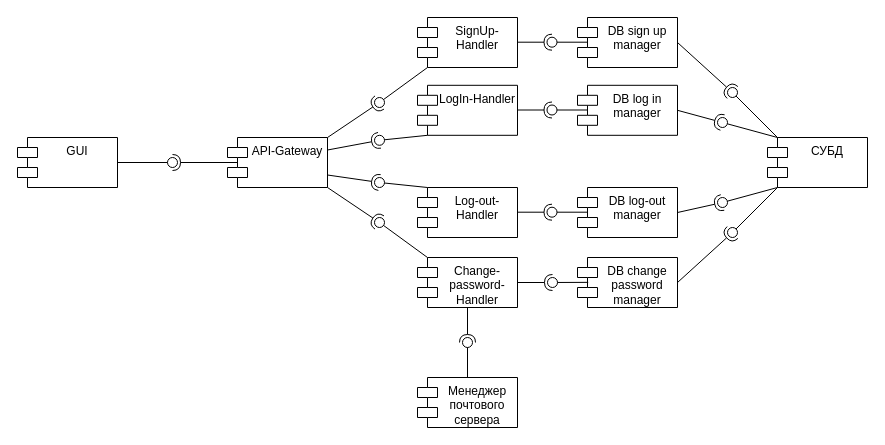
This is raw_diagrams/components_diagram.drawio from AS2/internet_technologies, a draw.io file, before an edit. Source tidied: cells renumbered, new cells numbered last; positions are measured from the earlier drawing's top-left corner, leaving out a move shared by most shapes. Both pictures are drawn from the tidied source at 100%, with x=0, y=0 at pixel (17, 17).
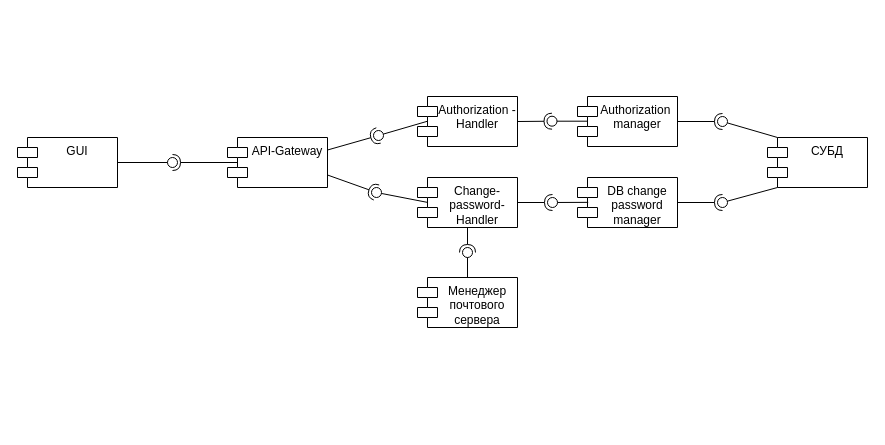
Above is the later version.

Commit message (it also covers changes not shown here):
Fixed components and flow diagrams

Unchanged cells that the change refers to:
```xml
<mxCell id="6" value="API-Gateway" style="shape=module;align=left;spacingLeft=20;align=center;verticalAlign=top;whiteSpace=wrap;html=1;" parent="1" vertex="1">
  <mxGeometry x="210" y="120" width="100" height="50" as="geometry" />
</mxCell>
<mxCell id="28" value="СУБД" style="shape=module;align=left;spacingLeft=20;align=center;verticalAlign=top;whiteSpace=wrap;html=1;" parent="1" vertex="1">
  <mxGeometry x="750" y="120" width="100" height="50" as="geometry" />
</mxCell>
```

What changed in the source:
```diff
@@
-    <mxCell id="7" value="SignUp-Handler" style="shape=module;align=left;spacingLeft=20;align=center;verticalAlign=top;whiteSpace=wrap;html=1;" parent="1" vertex="1">
-      <mxGeometry x="400" width="100" height="50" as="geometry" />
-    </mxCell>
-    <mxCell id="8" value="LogIn-Handler" style="shape=module;align=left;spacingLeft=20;align=center;verticalAlign=top;whiteSpace=wrap;html=1;" parent="1" vertex="1">
-      <mxGeometry x="400" y="67.8" width="100" height="50" as="geometry" />
-    </mxCell>
-    <mxCell id="9" value="Log-out-Handler" style="shape=module;align=left;spacingLeft=20;align=center;verticalAlign=top;whiteSpace=wrap;html=1;" parent="1" vertex="1">
-      <mxGeometry x="400" y="170" width="100" height="50" as="geometry" />
+    <mxCell id="9" value="Authorization -Handler" style="shape=module;align=left;spacingLeft=20;align=center;verticalAlign=top;whiteSpace=wrap;html=1;" parent="1" vertex="1">
+      <mxGeometry x="400" y="79" width="100" height="50" as="geometry" />
     </mxCell>
     <mxCell id="10" value="Change-password-Handler" style="shape=module;align=left;spacingLeft=20;align=center;verticalAlign=top;whiteSpace=wrap;html=1;" parent="1" vertex="1">
-      <mxGeometry x="400" y="240" width="100" height="50" as="geometry" />
+      <mxGeometry x="400" y="160" width="100" height="50" as="geometry" />
     </mxCell>
-    <mxCell id="11" style="rounded=0;jettySize=auto;html=1;endArrow=halfCircle;endFill=0;endSize=6;strokeWidth=1;sketch=0;exitX=1;exitY=0;exitDx=0;exitDy=0;" parent="1" edge="1" source="6" target="13">
-      <mxGeometry relative="1" as="geometry" />
-    </mxCell>
-    <mxCell id="12" style="rounded=0;jettySize=auto;html=1;endArrow=oval;endFill=0;sketch=0;sourcePerimeterSpacing=0;targetPerimeterSpacing=0;endSize=10;exitX=0;exitY=1;exitDx=10;exitDy=0;exitPerimeter=0;" parent="1" edge="1" source="7" target="13">
-      <mxGeometry relative="1" as="geometry" />
-    </mxCell>
-    <mxCell id="13" style="ellipse;whiteSpace=wrap;html=1;align=center;fillColor=none;strokeColor=none;perimeter=centerPerimeter;points=[];outlineConnect=1;" parent="1" vertex="1">
-      <mxGeometry x="357" y="80" width="10" height="10" as="geometry" />
-    </mxCell>
-    <mxCell id="14" style="rounded=0;jettySize=auto;html=1;endArrow=halfCircle;endFill=0;endSize=6;strokeWidth=1;sketch=0;exitX=1;exitY=0.25;exitDx=0;exitDy=0;" parent="1" edge="1" source="6" target="16">
-      <mxGeometry relative="1" as="geometry" />
-    </mxCell>
-    <mxCell id="15" style="rounded=0;jettySize=auto;html=1;endArrow=oval;endFill=0;sketch=0;sourcePerimeterSpacing=0;targetPerimeterSpacing=0;endSize=10;exitX=0;exitY=1;exitDx=10;exitDy=0;exitPerimeter=0;" parent="1" edge="1" source="8" target="16">
-      <mxGeometry relative="1" as="geometry" />
-    </mxCell>
-    <mxCell id="16" style="ellipse;whiteSpace=wrap;html=1;align=center;fillColor=none;strokeColor=none;perimeter=centerPerimeter;points=[];outlineConnect=1;" parent="1" vertex="1">
-      <mxGeometry x="357" y="117.8" width="10" height="10" as="geometry" />
-    </mxCell>
-    <mxCell id="17" style="ellipse;whiteSpace=wrap;html=1;align=center;fillColor=none;strokeColor=none;perimeter=centerPerimeter;" parent="1" vertex="1">
-      <mxGeometry x="357" y="140" width="10" height="10" as="geometry" />
-    </mxCell>
-    <mxCell id="18" style="rounded=0;jettySize=auto;html=1;endArrow=halfCircle;endFill=0;endSize=6;strokeWidth=1;sketch=0;exitX=1;exitY=0.75;exitDx=0;exitDy=0;" parent="1" edge="1" source="6" target="20">
+    <mxCell id="18" style="rounded=0;jettySize=auto;html=1;endArrow=halfCircle;endFill=0;endSize=6;strokeWidth=1;sketch=0;exitX=1;exitY=0.25;exitDx=0;exitDy=0;" parent="1" edge="1" source="6" target="20">
       <mxGeometry relative="1" as="geometry" />
     </mxCell>
-    <mxCell id="19" style="rounded=0;jettySize=auto;html=1;endArrow=oval;endFill=0;sketch=0;sourcePerimeterSpacing=0;targetPerimeterSpacing=0;endSize=10;exitX=0;exitY=0;exitDx=10;exitDy=0;exitPerimeter=0;" parent="1" edge="1" source="9" target="20">
+    <mxCell id="19" style="rounded=0;jettySize=auto;html=1;endArrow=oval;endFill=0;sketch=0;sourcePerimeterSpacing=0;targetPerimeterSpacing=0;endSize=10;exitX=0.099;exitY=0.495;exitDx=0;exitDy=0;exitPerimeter=0;" parent="1" edge="1" source="9" target="20">
       <mxGeometry relative="1" as="geometry" />
     </mxCell>
     <mxCell id="20" style="ellipse;whiteSpace=wrap;html=1;align=center;fillColor=none;strokeColor=none;perimeter=centerPerimeter;points=[];outlineConnect=1;" parent="1" vertex="1">
-      <mxGeometry x="357" y="160" width="10" height="10" as="geometry" />
+      <mxGeometry x="356" y="113" width="10" height="10" as="geometry" />
     </mxCell>
-    <mxCell id="21" style="rounded=0;jettySize=auto;html=1;endArrow=halfCircle;endFill=0;endSize=6;strokeWidth=1;sketch=0;exitX=1;exitY=1;exitDx=0;exitDy=0;" parent="1" edge="1" source="6" target="23">
+    <mxCell id="21" style="rounded=0;jettySize=auto;html=1;endArrow=halfCircle;endFill=0;endSize=6;strokeWidth=1;sketch=0;exitX=1;exitY=0.75;exitDx=0;exitDy=0;" parent="1" edge="1" source="6" target="23">
       <mxGeometry relative="1" as="geometry" />
     </mxCell>
-    <mxCell id="22" style="rounded=0;jettySize=auto;html=1;endArrow=oval;endFill=0;sketch=0;sourcePerimeterSpacing=0;targetPerimeterSpacing=0;endSize=10;exitX=0;exitY=0;exitDx=10;exitDy=0;exitPerimeter=0;" parent="1" edge="1" source="10" target="23">
+    <mxCell id="22" style="rounded=0;jettySize=auto;html=1;endArrow=oval;endFill=0;sketch=0;sourcePerimeterSpacing=0;targetPerimeterSpacing=0;endSize=10;exitX=0.098;exitY=0.497;exitDx=0;exitDy=0;exitPerimeter=0;" parent="1" edge="1" source="10" target="23">
       <mxGeometry relative="1" as="geometry" />
     </mxCell>
     <mxCell id="23" style="ellipse;whiteSpace=wrap;html=1;align=center;fillColor=none;strokeColor=none;perimeter=centerPerimeter;points=[];outlineConnect=1;" parent="1" vertex="1">
-      <mxGeometry x="357" y="200" width="10" height="10" as="geometry" />
+      <mxGeometry x="354" y="170" width="10" height="10" as="geometry" />
     </mxCell>
-    <mxCell id="24" value="DB sign up manager" style="shape=module;align=left;spacingLeft=20;align=center;verticalAlign=top;whiteSpace=wrap;html=1;" parent="1" vertex="1">
-      <mxGeometry x="560" width="100" height="50" as="geometry" />
-    </mxCell>
-    <mxCell id="25" value="DB log in manager" style="shape=module;align=left;spacingLeft=20;align=center;verticalAlign=top;whiteSpace=wrap;html=1;" parent="1" vertex="1">
-      <mxGeometry x="560" y="67.8" width="100" height="50" as="geometry" />
-    </mxCell>
-    <mxCell id="26" value="DB log-out manager" style="shape=module;align=left;spacingLeft=20;align=center;verticalAlign=top;whiteSpace=wrap;html=1;" parent="1" vertex="1">
-      <mxGeometry x="560" y="170" width="100" height="50" as="geometry" />
+    <mxCell id="26" value="Authorization&amp;nbsp;&lt;br&gt;manager" style="shape=module;align=left;spacingLeft=20;align=center;verticalAlign=top;whiteSpace=wrap;html=1;" parent="1" vertex="1">
+      <mxGeometry x="560" y="79" width="100" height="50" as="geometry" />
     </mxCell>
     <mxCell id="27" value="DB change password manager" style="shape=module;align=left;spacingLeft=20;align=center;verticalAlign=top;whiteSpace=wrap;html=1;" parent="1" vertex="1">
-      <mxGeometry x="560" y="240" width="100" height="50" as="geometry" />
+      <mxGeometry x="560" y="160" width="100" height="50" as="geometry" />
     </mxCell>
@@
     <mxCell id="29" value="Менеджер почтового сервера" style="shape=module;align=left;spacingLeft=20;align=center;verticalAlign=top;whiteSpace=wrap;html=1;" parent="1" vertex="1">
-      <mxGeometry x="400" y="360" width="100" height="50" as="geometry" />
+      <mxGeometry x="400" y="260" width="100" height="50" as="geometry" />
     </mxCell>
@@
     <mxCell id="32" style="ellipse;whiteSpace=wrap;html=1;align=center;fillColor=none;strokeColor=none;perimeter=centerPerimeter;points=[];outlineConnect=1;" parent="1" vertex="1">
-      <mxGeometry x="530" y="260" width="10" height="10" as="geometry" />
+      <mxGeometry x="530" y="180" width="10" height="10" as="geometry" />
     </mxCell>
@@
     <mxCell id="35" style="ellipse;whiteSpace=wrap;html=1;align=center;fillColor=none;strokeColor=none;perimeter=centerPerimeter;points=[];outlineConnect=1;" parent="1" vertex="1">
-      <mxGeometry x="445" y="320" width="10" height="10" as="geometry" />
+      <mxGeometry x="445" y="230" width="10" height="10" as="geometry" />
     </mxCell>
-    <mxCell id="36" style="rounded=0;orthogonalLoop=1;jettySize=auto;html=1;endArrow=halfCircle;endFill=0;endSize=6;strokeWidth=1;sketch=0;exitX=1;exitY=0.5;exitDx=0;exitDy=0;" parent="1" edge="1">
+    <mxCell id="36" style="rounded=0;jettySize=auto;html=1;endArrow=halfCircle;endFill=0;endSize=6;strokeWidth=1;sketch=0;exitX=1;exitY=0.5;exitDx=0;exitDy=0;" parent="1" edge="1" source="9">
       <mxGeometry relative="1" as="geometry">
-        <mxPoint x="499.5" y="194.7" as="sourcePoint" />
-        <mxPoint x="534.5" y="194.7" as="targetPoint" />
+        <mxPoint x="534.5" y="103.7" as="targetPoint" />
       </mxGeometry>
     </mxCell>
     <mxCell id="37" style="rounded=0;orthogonalLoop=1;jettySize=auto;html=1;endArrow=oval;endFill=0;sketch=0;sourcePerimeterSpacing=0;targetPerimeterSpacing=0;endSize=10;exitX=0.107;exitY=0.497;exitDx=0;exitDy=0;exitPerimeter=0;" parent="1" edge="1">
       <mxGeometry relative="1" as="geometry">
-        <mxPoint x="570.5" y="194.7" as="sourcePoint" />
-        <mxPoint x="534.5" y="194.7" as="targetPoint" />
+        <mxPoint x="570.5" y="103.7" as="sourcePoint" />
+        <mxPoint x="534.5" y="103.7" as="targetPoint" />
       </mxGeometry>
     </mxCell>
-    <mxCell id="38" style="rounded=0;orthogonalLoop=1;jettySize=auto;html=1;endArrow=halfCircle;endFill=0;endSize=6;strokeWidth=1;sketch=0;exitX=1;exitY=0.5;exitDx=0;exitDy=0;" parent="1" edge="1">
-      <mxGeometry relative="1" as="geometry">
-        <mxPoint x="499.5" y="92.5" as="sourcePoint" />
-        <mxPoint x="534.5" y="92.5" as="targetPoint" />
-      </mxGeometry>
-    </mxCell>
-    <mxCell id="39" style="rounded=0;orthogonalLoop=1;jettySize=auto;html=1;endArrow=oval;endFill=0;sketch=0;sourcePerimeterSpacing=0;targetPerimeterSpacing=0;endSize=10;exitX=0.107;exitY=0.497;exitDx=0;exitDy=0;exitPerimeter=0;" parent="1" edge="1">
-      <mxGeometry relative="1" as="geometry">
-        <mxPoint x="570.5" y="92.5" as="sourcePoint" />
-        <mxPoint x="534.5" y="92.5" as="targetPoint" />
-      </mxGeometry>
-    </mxCell>
-    <mxCell id="40" style="rounded=0;orthogonalLoop=1;jettySize=auto;html=1;endArrow=halfCircle;endFill=0;endSize=6;strokeWidth=1;sketch=0;exitX=1;exitY=0.5;exitDx=0;exitDy=0;" parent="1" edge="1">
-      <mxGeometry relative="1" as="geometry">
-        <mxPoint x="499.5" y="24.7" as="sourcePoint" />
-        <mxPoint x="534.5" y="24.7" as="targetPoint" />
-      </mxGeometry>
-    </mxCell>
-    <mxCell id="41" style="rounded=0;orthogonalLoop=1;jettySize=auto;html=1;endArrow=oval;endFill=0;sketch=0;sourcePerimeterSpacing=0;targetPerimeterSpacing=0;endSize=10;exitX=0.107;exitY=0.497;exitDx=0;exitDy=0;exitPerimeter=0;" parent="1" edge="1">
-      <mxGeometry relative="1" as="geometry">
-        <mxPoint x="570.5" y="24.7" as="sourcePoint" />
-        <mxPoint x="534.5" y="24.7" as="targetPoint" />
-      </mxGeometry>
-    </mxCell>
-    <mxCell id="42" style="rounded=0;jettySize=auto;html=1;endArrow=halfCircle;endFill=0;endSize=6;strokeWidth=1;sketch=0;exitX=1;exitY=0.5;exitDx=0;exitDy=0;" parent="1" edge="1" source="24" target="44">
-      <mxGeometry relative="1" as="geometry" />
-    </mxCell>
-    <mxCell id="43" style="rounded=0;jettySize=auto;html=1;endArrow=oval;endFill=0;sketch=0;sourcePerimeterSpacing=0;targetPerimeterSpacing=0;endSize=10;exitX=0;exitY=0;exitDx=10;exitDy=0;exitPerimeter=0;" parent="1" edge="1" source="28" target="44">
-      <mxGeometry relative="1" as="geometry" />
-    </mxCell>
-    <mxCell id="44" style="ellipse;whiteSpace=wrap;html=1;align=center;fillColor=none;strokeColor=none;perimeter=centerPerimeter;points=[];outlineConnect=1;" parent="1" vertex="1">
-      <mxGeometry x="710" y="70" width="10" height="10" as="geometry" />
-    </mxCell>
@@
-    <mxCell id="46" style="rounded=0;jettySize=auto;html=1;endArrow=oval;endFill=0;sketch=0;sourcePerimeterSpacing=0;targetPerimeterSpacing=0;endSize=10;exitX=0;exitY=1;exitDx=10;exitDy=0;exitPerimeter=0;" parent="1" edge="1" source="28" target="47">
+    <mxCell id="46" style="rounded=0;jettySize=auto;html=1;endArrow=oval;endFill=0;sketch=0;sourcePerimeterSpacing=0;targetPerimeterSpacing=0;endSize=10;exitX=0;exitY=0;exitDx=10;exitDy=0;exitPerimeter=0;" parent="1" edge="1" source="28" target="47">
       <mxGeometry relative="1" as="geometry" />
     </mxCell>
     <mxCell id="47" style="ellipse;whiteSpace=wrap;html=1;align=center;fillColor=none;strokeColor=none;perimeter=centerPerimeter;points=[];outlineConnect=1;" parent="1" vertex="1">
-      <mxGeometry x="700" y="180" width="10" height="10" as="geometry" />
+      <mxGeometry x="700" y="99" width="10" height="10" as="geometry" />
     </mxCell>
-    <mxCell id="48" style="rounded=0;jettySize=auto;html=1;endArrow=halfCircle;endFill=0;endSize=6;strokeWidth=1;sketch=0;exitX=1;exitY=0.5;exitDx=0;exitDy=0;" parent="1" edge="1" source="25" target="50">
-      <mxGeometry relative="1" as="geometry" />
-    </mxCell>
-    <mxCell id="49" style="rounded=0;jettySize=auto;html=1;endArrow=oval;endFill=0;sketch=0;sourcePerimeterSpacing=0;targetPerimeterSpacing=0;endSize=10;" parent="1" edge="1" target="50">
-      <mxGeometry relative="1" as="geometry">
-        <mxPoint x="760" y="120" as="sourcePoint" />
-      </mxGeometry>
-    </mxCell>
-    <mxCell id="50" style="ellipse;whiteSpace=wrap;html=1;align=center;fillColor=none;strokeColor=none;perimeter=centerPerimeter;points=[];outlineConnect=1;" parent="1" vertex="1">
-      <mxGeometry x="700" y="100" width="10" height="10" as="geometry" />
-    </mxCell>
@@
     <mxCell id="53" style="ellipse;whiteSpace=wrap;html=1;align=center;fillColor=none;strokeColor=none;perimeter=centerPerimeter;points=[];outlineConnect=1;" parent="1" vertex="1">
-      <mxGeometry x="710" y="210" width="10" height="10" as="geometry" />
+      <mxGeometry x="700" y="180" width="10" height="10" as="geometry" />
     </mxCell>
```
